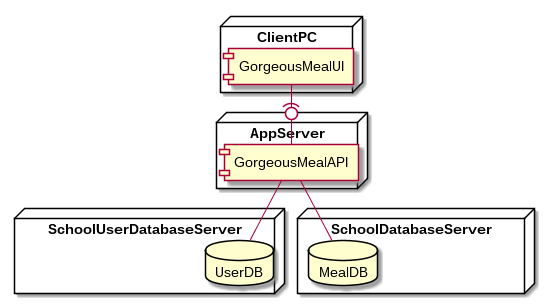
The PlantUML diagram P1/ADD/img/DeploymentDiagram.png in PeFerreira98/ARQSOFT_2019, before a commit. The source it was exported from:
```plantuml
@startuml DeploymentDiagram
node ClientPC {
    component GorgeousMealUI
}

node AppServer {
    component GorgeousMealAPI
}

node SchoolUserDatabaseServer {
    database UserDB
}

node SchoolDatabaseServer {
    database MealDB
}

GorgeousMealUI -(0- GorgeousMealAPI
GorgeousMealAPI -- UserDB
GorgeousMealAPI -- MealDB
@enduml
```
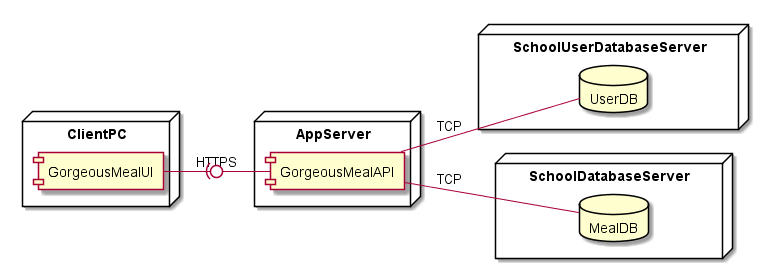
After the change.

Commit message:
update domainmodel + deployment diagrams

The edit, as a diff of the source:
```diff
@@ -1,4 +1,6 @@
 @startuml DeploymentDiagram
+left to right direction
+
 node ClientPC {
     component GorgeousMealUI
 }
@@ -15,7 +17,7 @@
     database MealDB
 }
 
-GorgeousMealUI -(0- GorgeousMealAPI
-GorgeousMealAPI -- UserDB
-GorgeousMealAPI -- MealDB
+GorgeousMealUI -(0- GorgeousMealAPI : HTTPS
+GorgeousMealAPI -- UserDB : TCP
+GorgeousMealAPI -- MealDB : TCP
 @enduml
```
